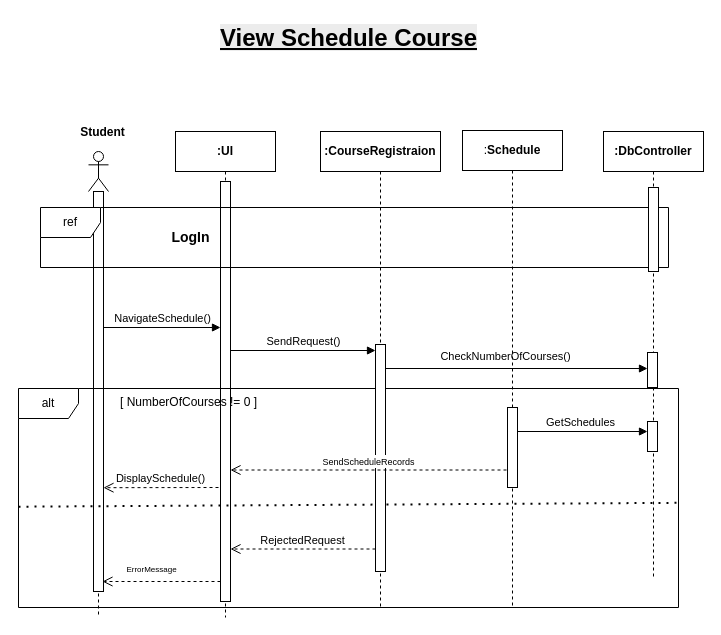
This is page "View schedule course" (2 of 6) of Diagrams/SequenceDiagram.drawio from Youssefmohamed430/Learning-Management-System, a draw.io file, before an edit. Source tidied: cells renumbered, new cells numbered last; positions are measured from the earlier drawing's top-left corner, leaving out a move shared by most shapes. Both pictures are drawn from the tidied source at 100%, with x=0, y=0 at pixel (18, 17).
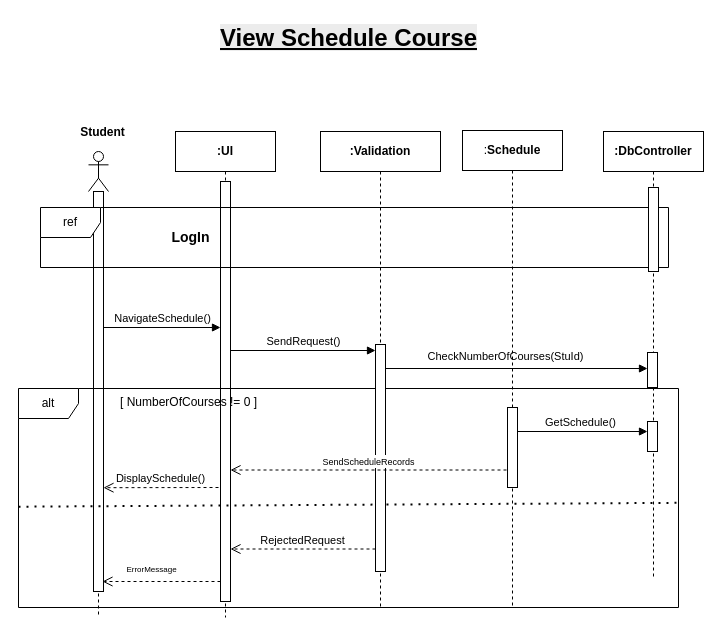
After the change.

The edit, as a diff of the source:
```diff
@@
-    <mxCell id="11" value="CheckNumberOfCourses()" style="html=1;verticalAlign=bottom;endArrow=block;curved=0;rounded=0;" parent="1" edge="1">
+    <mxCell id="11" value="CheckNumberOfCourses(StuId)" style="html=1;verticalAlign=bottom;endArrow=block;curved=0;rounded=0;" parent="1" edge="1">
       <mxGeometry x="-0.06" y="3" relative="1" as="geometry">
         <mxPoint x="362" y="351" as="sourcePoint" />
         <mxPoint x="629" y="351" as="targetPoint" />
       </mxGeometry>
     </mxCell>
@@
-    <mxCell id="15" value="GetSchedules" style="html=1;verticalAlign=bottom;endArrow=block;curved=0;rounded=0;" parent="1" edge="1">
+    <mxCell id="15" value="GetSchedule()" style="html=1;verticalAlign=bottom;endArrow=block;curved=0;rounded=0;" parent="1" edge="1">
       <mxGeometry relative="1" as="geometry">
         <mxPoint x="494" y="414" as="sourcePoint" />
         <mxPoint x="629" y="414" as="targetPoint" />
       </mxGeometry>
     </mxCell>
@@
-    <mxCell id="21" value="&lt;b&gt;:CourseRegistraion&lt;/b&gt;" style="shape=umlLifeline;perimeter=lifelinePerimeter;whiteSpace=wrap;html=1;newEdgeStyle={&quot;curved&quot;:0,&quot;rounded&quot;:0};" parent="1" vertex="1">
+    <mxCell id="21" value="&lt;b&gt;:Validation&lt;/b&gt;" style="shape=umlLifeline;perimeter=lifelinePerimeter;whiteSpace=wrap;html=1;newEdgeStyle={&quot;curved&quot;:0,&quot;rounded&quot;:0};" parent="1" vertex="1">
       <mxGeometry x="302" y="114" width="120" height="476" as="geometry" />
     </mxCell>
```
